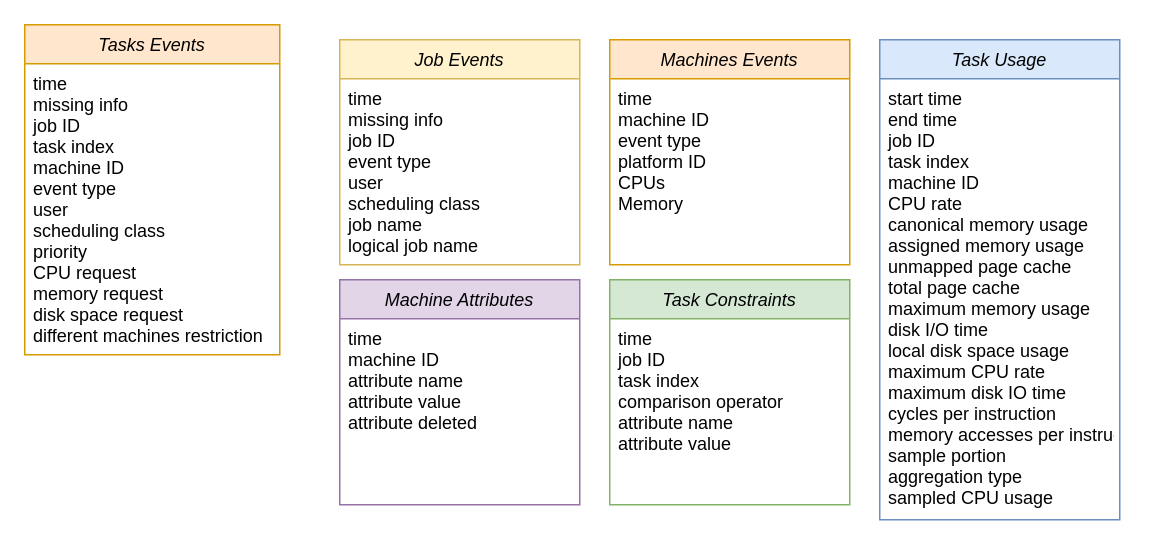
Above: class diagram large scale.drawio in djadar/Large-Scale-project (draw.io), before the change. Source tidied: cells renumbered, new cells numbered last; positions are measured from the earlier drawing's top-left corner, leaving out a move shared by most shapes. Both pictures are drawn from the tidied source at 150%, with x=0, y=0 at pixel (24, 24).
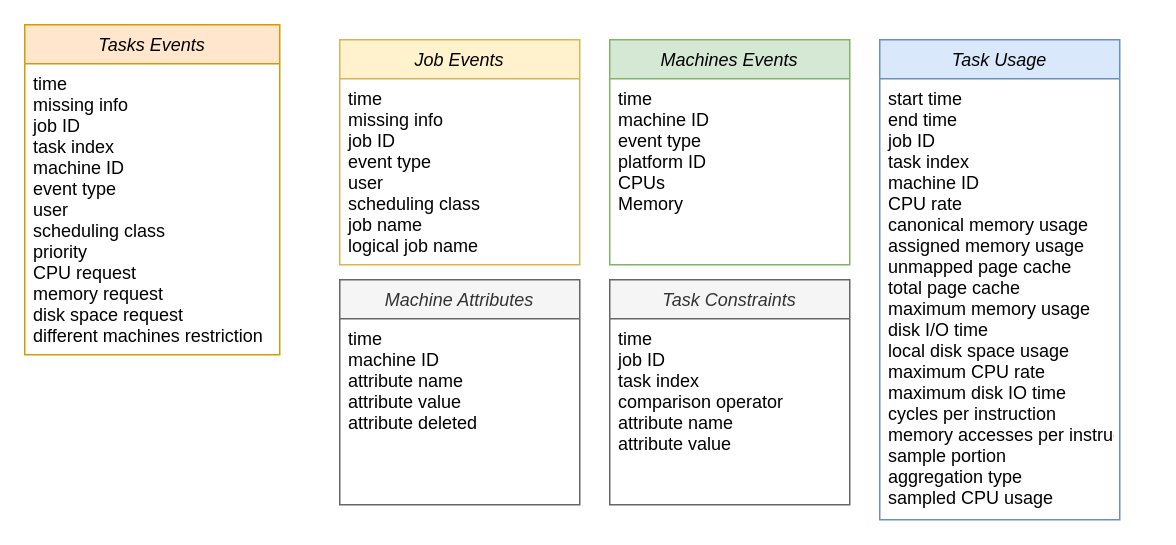
After the change.

Commit message (it also covers changes not shown here):
Creation of a new file for the 6th question

Change to the diagram source:
```diff
@@
 <mxGraphModel>
   <root>
     <mxCell id="0" />
     <mxCell id="1" parent="0" />
     <mxCell id="2" value="Job Events" style="swimlane;fontStyle=2;align=center;verticalAlign=top;horizontal=1;startSize=26;rounded=0;shadow=0;strokeWidth=1;fillColor=#fff2cc;strokeColor=#d6b656;" parent="1" vertex="1">
       <mxGeometry x="210" y="10" width="160" height="150" as="geometry" />
     </mxCell>
     <mxCell id="3" value="time&#10;missing info&#10;job ID&#10;event type&#10;user&#10;scheduling class&#10;job name&#10;logical job name&#10;" style="text;align=left;verticalAlign=top;spacingLeft=4;spacingRight=4;overflow=hidden;" parent="2" vertex="1">
       <mxGeometry y="26" width="160" height="124" as="geometry" />
     </mxCell>
     <mxCell id="4" value="Tasks Events" style="swimlane;fontStyle=2;align=center;verticalAlign=top;horizontal=1;startSize=26;rounded=0;shadow=0;strokeWidth=1;fillColor=#ffe6cc;strokeColor=#d79b00;" parent="1" vertex="1">
       <mxGeometry width="170" height="220" as="geometry" />
     </mxCell>
     <mxCell id="5" value="time&#10;missing info&#10;job ID&#10;task index&#10;machine ID&#10;event type&#10;user&#10;scheduling class&#10;priority&#10;CPU request&#10;memory request&#10;disk space request&#10;different machines restriction&#10;" style="text;align=left;verticalAlign=top;spacingLeft=4;spacingRight=4;overflow=hidden;" parent="4" vertex="1">
       <mxGeometry y="26" width="170" height="194" as="geometry" />
     </mxCell>
-    <mxCell id="6" value="Task Constraints" style="swimlane;fontStyle=2;align=center;verticalAlign=top;horizontal=1;startSize=26;rounded=0;shadow=0;strokeWidth=1;fillColor=#d5e8d4;strokeColor=#82b366;" parent="1" vertex="1">
+    <mxCell id="6" value="Task Constraints" style="swimlane;fontStyle=2;align=center;verticalAlign=top;horizontal=1;startSize=26;rounded=0;shadow=0;strokeWidth=1;fillColor=#f5f5f5;strokeColor=#666666;fontColor=#333333;" parent="1" vertex="1">
       <mxGeometry x="390" y="170" width="160" height="150" as="geometry" />
     </mxCell>
     <mxCell id="7" value="time&#10;job ID&#10;task index&#10;comparison operator&#10;attribute name&#10;attribute value&#10;" style="text;align=left;verticalAlign=top;spacingLeft=4;spacingRight=4;overflow=hidden;" parent="6" vertex="1">
       <mxGeometry y="26" width="160" height="124" as="geometry" />
     </mxCell>
-    <mxCell id="8" value="Machine Attributes" style="swimlane;fontStyle=2;align=center;verticalAlign=top;horizontal=1;startSize=26;rounded=0;shadow=0;strokeWidth=1;fillColor=#e1d5e7;strokeColor=#9673a6;" parent="1" vertex="1">
+    <mxCell id="8" value="Machine Attributes" style="swimlane;fontStyle=2;align=center;verticalAlign=top;horizontal=1;startSize=26;rounded=0;shadow=0;strokeWidth=1;fillColor=#f5f5f5;strokeColor=#666666;fontColor=#333333;" parent="1" vertex="1">
       <mxGeometry x="210" y="170" width="160" height="150" as="geometry" />
     </mxCell>
     <mxCell id="9" value="time&#10;machine ID&#10;attribute name&#10;attribute value&#10;attribute deleted&#10;" style="text;align=left;verticalAlign=top;spacingLeft=4;spacingRight=4;overflow=hidden;" parent="8" vertex="1">
       <mxGeometry y="26" width="160" height="124" as="geometry" />
     </mxCell>
     <mxCell id="10" value="Task Usage" style="swimlane;fontStyle=2;align=center;verticalAlign=top;horizontal=1;startSize=26;rounded=0;shadow=0;strokeWidth=1;fillColor=#dae8fc;strokeColor=#6c8ebf;" parent="1" vertex="1">
       <mxGeometry x="570" y="10" width="160" height="320" as="geometry" />
     </mxCell>
     <mxCell id="11" value="start time&#10;end time&#10;job ID&#10;task index&#10;machine ID&#10;CPU rate&#10;canonical memory usage&#10;assigned memory usage&#10;unmapped page cache&#10;total page cache&#10;maximum memory usage&#10;disk I/O time&#10;local disk space usage&#10;maximum CPU rate&#10;maximum disk IO time&#10;cycles per instruction&#10;memory accesses per instruction&#10;sample portion&#10;aggregation type&#10;sampled CPU usage&#10;" style="text;align=left;verticalAlign=top;spacingLeft=4;spacingRight=4;overflow=hidden;" parent="10" vertex="1">
       <mxGeometry y="26" width="160" height="294" as="geometry" />
     </mxCell>
-    <mxCell id="12" value="Machines Events" style="swimlane;fontStyle=2;align=center;verticalAlign=top;horizontal=1;startSize=26;rounded=0;shadow=0;strokeWidth=1;fillColor=#ffe6cc;strokeColor=#d79b00;" parent="1" vertex="1">
+    <mxCell id="12" value="Machines Events" style="swimlane;fontStyle=2;align=center;verticalAlign=top;horizontal=1;startSize=26;rounded=0;shadow=0;strokeWidth=1;fillColor=#d5e8d4;strokeColor=#82b366;" parent="1" vertex="1">
       <mxGeometry x="390" y="10" width="160" height="150" as="geometry" />
     </mxCell>
     <mxCell id="13" value="time&#10;machine ID&#10;event type&#10;platform ID&#10;CPUs&#10;Memory&#10;" style="text;align=left;verticalAlign=top;spacingLeft=4;spacingRight=4;overflow=hidden;" parent="12" vertex="1">
       <mxGeometry y="26" width="160" height="124" as="geometry" />
     </mxCell>
   </root>
 </mxGraphModel>
```
